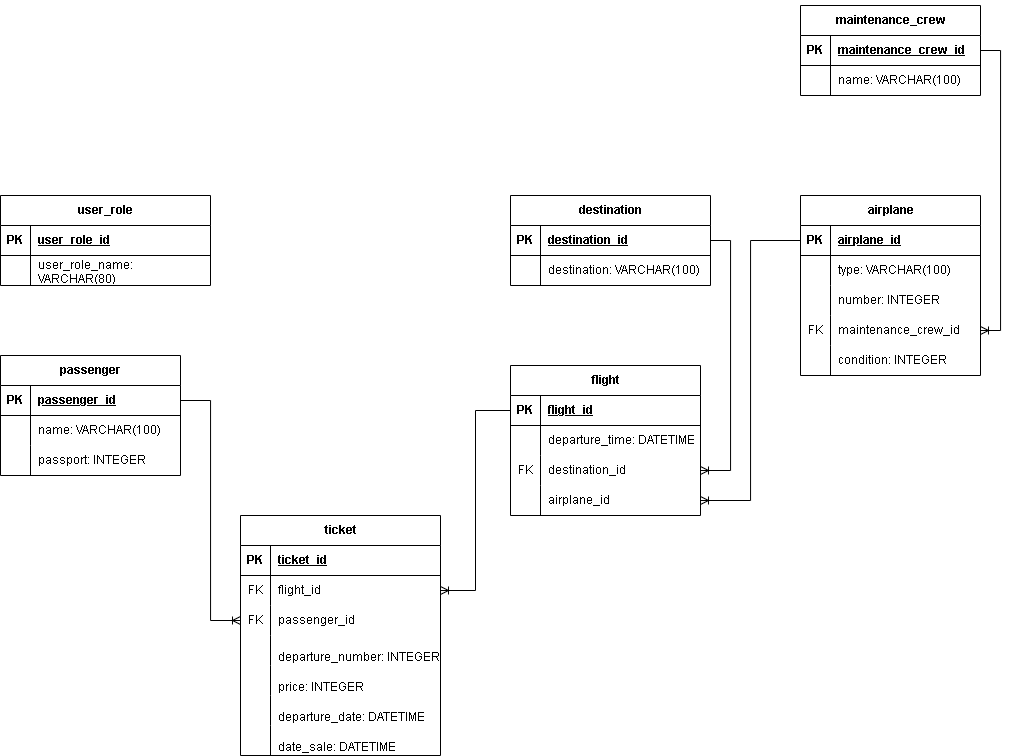
Earlier version of the draw.io export Диаграмма_базы_данных.png (CCF2P/Backend). Source tidied: cells renumbered, new cells last; positions are measured from the earlier drawing's top-left corner, leaving out a move shared by most shapes.
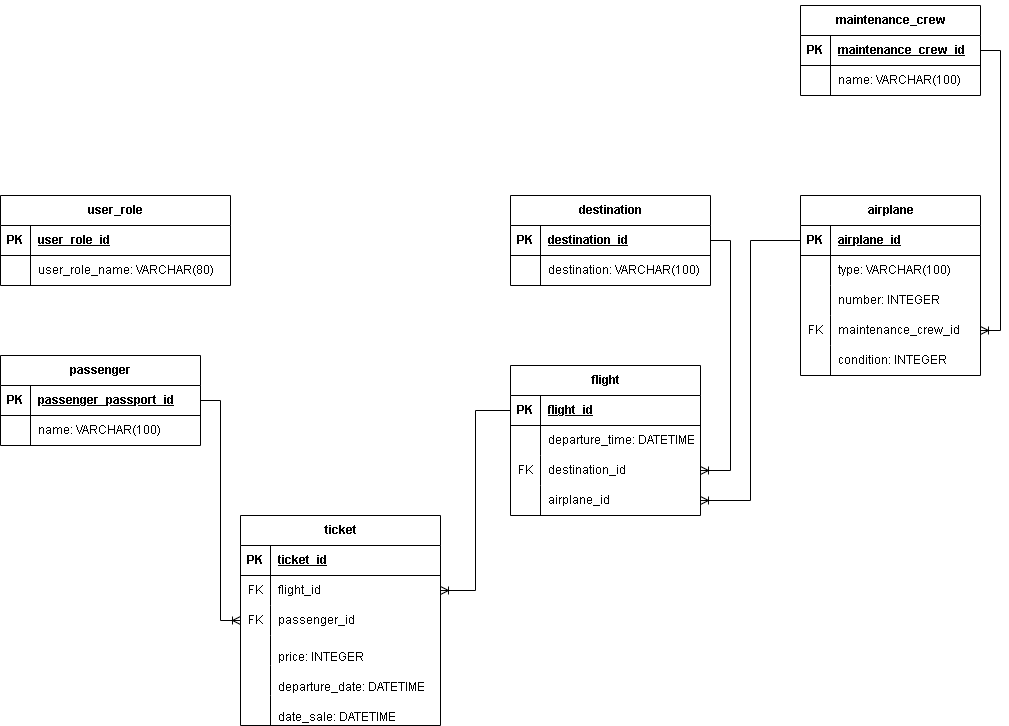
Above is the later version.

Commit message:
Исправил диаграмму БД

Change to the diagram source:
```diff
@@ -3,58 +3,49 @@
     <mxCell id="0" />
     <mxCell id="1" parent="0" />
     <mxCell id="2" value="user_role" style="shape=table;startSize=30;rowLines=0;fontStyle=1;align=center;html=1;" parent="1" vertex="1">
-      <mxGeometry y="190" width="210" height="90" as="geometry" />
+      <mxGeometry y="190" width="230" height="90" as="geometry" />
     </mxCell>
     <mxCell id="3" style="shape=tableRow;horizontal=0;startSize=0;swimlaneHead=0;swimlaneBody=0;fillColor=none;top=0;left=0;right=0;bottom=1;" parent="2" vertex="1">
-      <mxGeometry y="30" width="210" height="30" as="geometry" />
+      <mxGeometry y="30" width="230" height="30" as="geometry" />
     </mxCell>
     <mxCell id="4" value="PK" style="shape=partialRectangle;fillColor=none;top=0;left=0;bottom=0;right=0;fontStyle=1;overflow=hidden;whiteSpace=wrap;html=1;" parent="3" vertex="1">
       <mxGeometry width="30" height="30" as="geometry" />
     </mxCell>
     <mxCell id="5" value="user_role_id" style="shape=partialRectangle;fillColor=none;top=0;left=0;bottom=0;right=0;align=left;spacingLeft=6;fontStyle=5;overflow=hidden;whiteSpace=wrap;html=1;" parent="3" vertex="1">
-      <mxGeometry x="30" width="180" height="30" as="geometry" />
+      <mxGeometry x="30" width="200" height="30" as="geometry" />
     </mxCell>
     <mxCell id="6" style="shape=tableRow;horizontal=0;startSize=0;swimlaneHead=0;swimlaneBody=0;fillColor=none;top=0;left=0;right=0;bottom=0;" parent="2" vertex="1">
-      <mxGeometry y="60" width="210" height="30" as="geometry" />
+      <mxGeometry y="60" width="230" height="30" as="geometry" />
     </mxCell>
     <mxCell id="7" style="shape=partialRectangle;fillColor=none;top=0;left=0;bottom=0;right=0;overflow=hidden;whiteSpace=wrap;html=1;" parent="6" vertex="1">
       <mxGeometry width="30" height="30" as="geometry" />
     </mxCell>
     <mxCell id="8" value="user_role_name: VARCHAR(80)" style="shape=partialRectangle;fillColor=none;top=0;left=0;bottom=0;right=0;align=left;spacingLeft=6;overflow=hidden;whiteSpace=wrap;html=1;" parent="6" vertex="1">
-      <mxGeometry x="30" width="180" height="30" as="geometry" />
+      <mxGeometry x="30" width="200" height="30" as="geometry" />
     </mxCell>
     <mxCell id="9" value="passenger" style="shape=table;startSize=30;rowLines=0;fontStyle=1;align=center;html=1;" parent="1" vertex="1">
-      <mxGeometry y="350" width="180" height="120" as="geometry" />
+      <mxGeometry y="350" width="200" height="90" as="geometry" />
     </mxCell>
     <mxCell id="10" style="shape=tableRow;horizontal=0;startSize=0;swimlaneHead=0;swimlaneBody=0;fillColor=none;points=[[0,0.5],[1,0.5]];portConstraint=eastwest;top=0;left=0;right=0;bottom=1;" parent="9" vertex="1">
-      <mxGeometry y="30" width="180" height="30" as="geometry" />
+      <mxGeometry y="30" width="200" height="30" as="geometry" />
     </mxCell>
     <mxCell id="11" value="PK" style="shape=partialRectangle;fillColor=none;top=0;left=0;bottom=0;right=0;fontStyle=1;overflow=hidden;whiteSpace=wrap;html=1;" parent="10" vertex="1">
       <mxGeometry width="30" height="30" as="geometry" />
     </mxCell>
-    <mxCell id="12" value="passenger_id" style="shape=partialRectangle;fillColor=none;top=0;left=0;bottom=0;right=0;align=left;spacingLeft=6;fontStyle=5;overflow=hidden;whiteSpace=wrap;html=1;" parent="10" vertex="1">
-      <mxGeometry x="30" width="150" height="30" as="geometry" />
+    <mxCell id="12" value="passenger_passport_id" style="shape=partialRectangle;fillColor=none;top=0;left=0;bottom=0;right=0;align=left;spacingLeft=6;fontStyle=5;overflow=hidden;whiteSpace=wrap;html=1;" parent="10" vertex="1">
+      <mxGeometry x="30" width="170" height="30" as="geometry" />
     </mxCell>
     <mxCell id="13" style="shape=tableRow;horizontal=0;startSize=0;swimlaneHead=0;swimlaneBody=0;fillColor=none;top=0;left=0;right=0;bottom=0;" parent="9" vertex="1">
-      <mxGeometry y="60" width="180" height="30" as="geometry" />
+      <mxGeometry y="60" width="200" height="30" as="geometry" />
     </mxCell>
     <mxCell id="14" style="shape=partialRectangle;fillColor=none;top=0;left=0;bottom=0;right=0;overflow=hidden;whiteSpace=wrap;html=1;" parent="13" vertex="1">
       <mxGeometry width="30" height="30" as="geometry" />
     </mxCell>
     <mxCell id="15" value="name: VARCHAR(100)" style="shape=partialRectangle;fillColor=none;top=0;left=0;bottom=0;right=0;align=left;spacingLeft=6;overflow=hidden;whiteSpace=wrap;html=1;" parent="13" vertex="1">
-      <mxGeometry x="30" width="150" height="30" as="geometry" />
+      <mxGeometry x="30" width="170" height="30" as="geometry" />
     </mxCell>
-    <mxCell id="16" style="shape=tableRow;horizontal=0;startSize=0;swimlaneHead=0;swimlaneBody=0;fillColor=none;top=0;left=0;right=0;bottom=0;" parent="9" vertex="1">
-      <mxGeometry y="90" width="180" height="30" as="geometry" />
-    </mxCell>
-    <mxCell id="17" style="shape=partialRectangle;fillColor=none;top=0;left=0;bottom=0;right=0;overflow=hidden;whiteSpace=wrap;html=1;" parent="16" vertex="1">
-      <mxGeometry width="30" height="30" as="geometry" />
-    </mxCell>
-    <mxCell id="18" value="passport: INTEGER" style="shape=partialRectangle;fillColor=none;top=0;left=0;bottom=0;right=0;align=left;spacingLeft=6;overflow=hidden;whiteSpace=wrap;html=1;" parent="16" vertex="1">
-      <mxGeometry x="30" width="150" height="30" as="geometry" />
-    </mxCell>
     <mxCell id="19" value="ticket" style="shape=table;startSize=30;rowLines=0;fontStyle=1;align=center;html=1;" parent="1" vertex="1">
-      <mxGeometry x="240" y="510" width="200" height="240" as="geometry" />
+      <mxGeometry x="240" y="510" width="200" height="210" as="geometry" />
     </mxCell>
     <mxCell id="20" style="shape=tableRow;horizontal=0;startSize=0;swimlaneHead=0;swimlaneBody=0;fillColor=none;top=0;left=0;right=0;bottom=1;" parent="19" vertex="1">
       <mxGeometry y="30" width="200" height="30" as="geometry" />
@@ -83,17 +74,8 @@
     <mxCell id="28" value="passenger_id" style="shape=partialRectangle;fillColor=none;top=0;left=0;bottom=0;right=0;align=left;spacingLeft=6;overflow=hidden;whiteSpace=wrap;html=1;" parent="26" vertex="1">
       <mxGeometry x="30" width="170" height="30" as="geometry" />
     </mxCell>
-    <mxCell id="29" style="shape=tableRow;horizontal=0;startSize=0;swimlaneHead=0;swimlaneBody=0;fillColor=none;top=0;left=0;right=0;bottom=0;" parent="19" vertex="1">
-      <mxGeometry y="120" width="200" height="30" as="geometry" />
-    </mxCell>
-    <mxCell id="30" style="shape=partialRectangle;fillColor=none;top=0;left=0;bottom=0;right=0;overflow=hidden;whiteSpace=wrap;html=1;" parent="29" vertex="1">
-      <mxGeometry width="30" height="30" as="geometry" />
-    </mxCell>
-    <mxCell id="31" value="&lt;pre dir=&quot;ltr&quot; id=&quot;tw-target-text&quot; class=&quot;tw-data-text tw-text-large tw-ta&quot;&gt;&lt;font face=&quot;Helvetica&quot;&gt;departure_number: INTEGER&lt;/font&gt;&lt;/pre&gt;" style="shape=partialRectangle;fillColor=none;top=0;left=0;bottom=0;right=0;align=left;spacingLeft=6;overflow=hidden;whiteSpace=wrap;html=1;verticalAlign=middle;horizontal=1;" parent="29" vertex="1">
-      <mxGeometry x="30" width="170" height="30" as="geometry" />
-    </mxCell>
     <mxCell id="32" style="shape=tableRow;horizontal=0;startSize=0;swimlaneHead=0;swimlaneBody=0;fillColor=none;top=0;left=0;right=0;bottom=0;" parent="19" vertex="1">
-      <mxGeometry y="150" width="200" height="30" as="geometry" />
+      <mxGeometry y="120" width="200" height="30" as="geometry" />
     </mxCell>
     <mxCell id="33" style="shape=partialRectangle;fillColor=none;top=0;left=0;bottom=0;right=0;overflow=hidden;whiteSpace=wrap;html=1;" parent="32" vertex="1">
       <mxGeometry width="30" height="30" as="geometry" />
@@ -102,7 +84,7 @@
       <mxGeometry x="30" width="170" height="30" as="geometry" />
     </mxCell>
     <mxCell id="35" style="shape=tableRow;horizontal=0;startSize=0;swimlaneHead=0;swimlaneBody=0;fillColor=none;top=0;left=0;right=0;bottom=0;" parent="19" vertex="1">
-      <mxGeometry y="180" width="200" height="30" as="geometry" />
+      <mxGeometry y="150" width="200" height="30" as="geometry" />
     </mxCell>
     <mxCell id="36" style="shape=partialRectangle;fillColor=none;top=0;left=0;bottom=0;right=0;overflow=hidden;whiteSpace=wrap;html=1;" parent="35" vertex="1">
       <mxGeometry width="30" height="30" as="geometry" />
@@ -111,7 +93,7 @@
       <mxGeometry x="30" width="170" height="30" as="geometry" />
     </mxCell>
     <mxCell id="38" style="shape=tableRow;horizontal=0;startSize=0;swimlaneHead=0;swimlaneBody=0;fillColor=none;top=0;left=0;right=0;bottom=0;" parent="19" vertex="1">
-      <mxGeometry y="210" width="200" height="30" as="geometry" />
+      <mxGeometry y="180" width="200" height="30" as="geometry" />
     </mxCell>
     <mxCell id="39" style="shape=partialRectangle;fillColor=none;top=0;left=0;bottom=0;right=0;overflow=hidden;whiteSpace=wrap;html=1;" parent="38" vertex="1">
       <mxGeometry width="30" height="30" as="geometry" />
```
